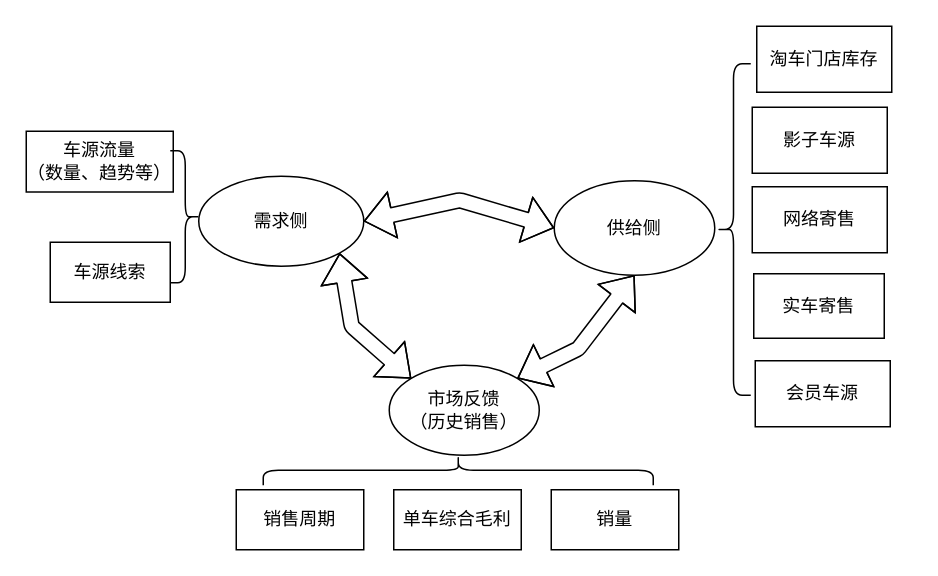
Before: Untitled Diagram.drawio in mrlonely001/gittest, a draw.io diagram. Source tidied: cells renumbered, new cells numbered last; positions are measured from the earlier drawing's top-left corner, leaving out a move shared by most shapes. Both pictures are drawn from the tidied source at 150%, with x=0, y=0 at pixel (26, 26).
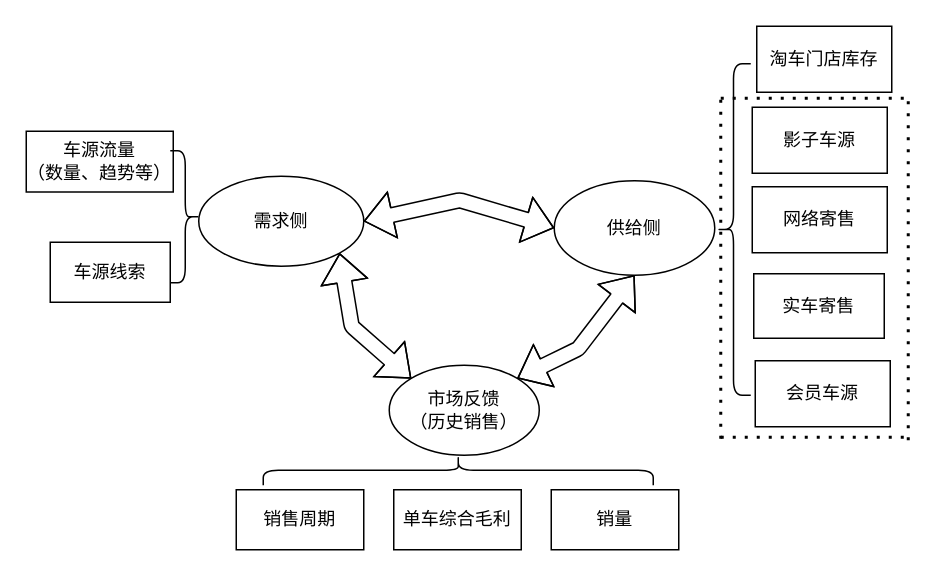
The same diagram, later.

What changed in the source:
```diff
@@
+    <mxCell id="21" style="endArrow=none;dashed=1;html=1;dashPattern=1 3;strokeWidth=2;" parent="1" edge="1">
+      <mxGeometry relative="1" as="geometry">
+        <mxPoint x="463" y="275" as="sourcePoint" />
+        <mxPoint x="463" y="46" as="targetPoint" />
+      </mxGeometry>
+    </mxCell>
+    <mxCell id="22" style="endArrow=none;dashed=1;html=1;dashPattern=1 3;strokeWidth=2;" parent="1" edge="1">
+      <mxGeometry relative="1" as="geometry">
+        <mxPoint x="463" y="274" as="sourcePoint" />
+        <mxPoint x="588" y="274" as="targetPoint" />
+      </mxGeometry>
+    </mxCell>
+    <mxCell id="23" style="endArrow=none;dashed=1;html=1;dashPattern=1 3;strokeWidth=2;" parent="1" edge="1">
+      <mxGeometry relative="1" as="geometry">
+        <mxPoint x="588" y="276" as="sourcePoint" />
+        <mxPoint x="588" y="47" as="targetPoint" />
+      </mxGeometry>
+    </mxCell>
+    <mxCell id="24" style="endArrow=none;dashed=1;html=1;dashPattern=1 3;strokeWidth=2;" parent="1" edge="1">
+      <mxGeometry relative="1" as="geometry">
+        <mxPoint x="463" y="48" as="sourcePoint" />
+        <mxPoint x="588" y="48" as="targetPoint" />
+      </mxGeometry>
+    </mxCell>
```
